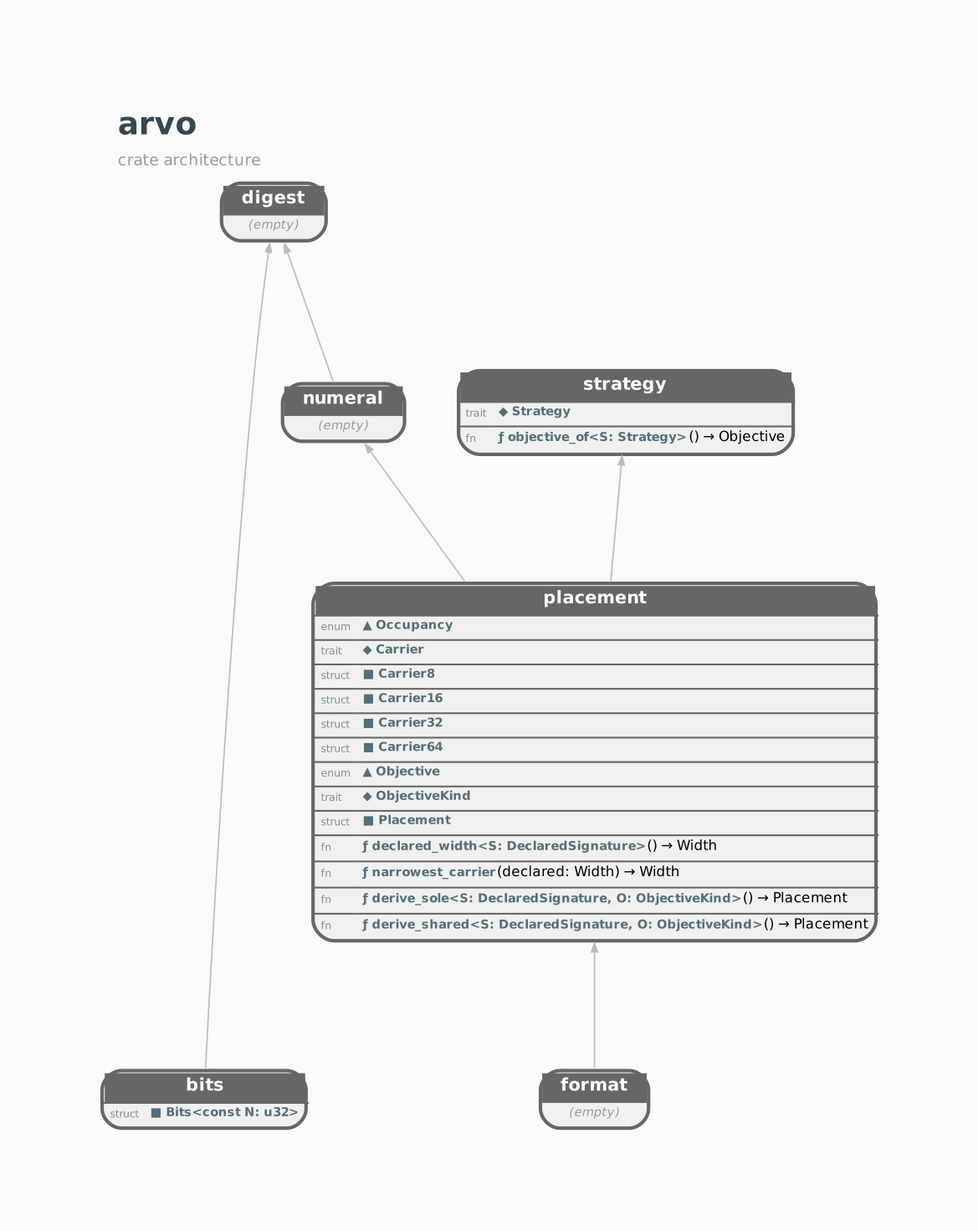
Above: docs/STRUCTURE.GRAPH.png in orgrinrt/arvo (Graphviz), before the change. Its source is kept beside it as docs/STRUCTURE.GRAPH.dot.
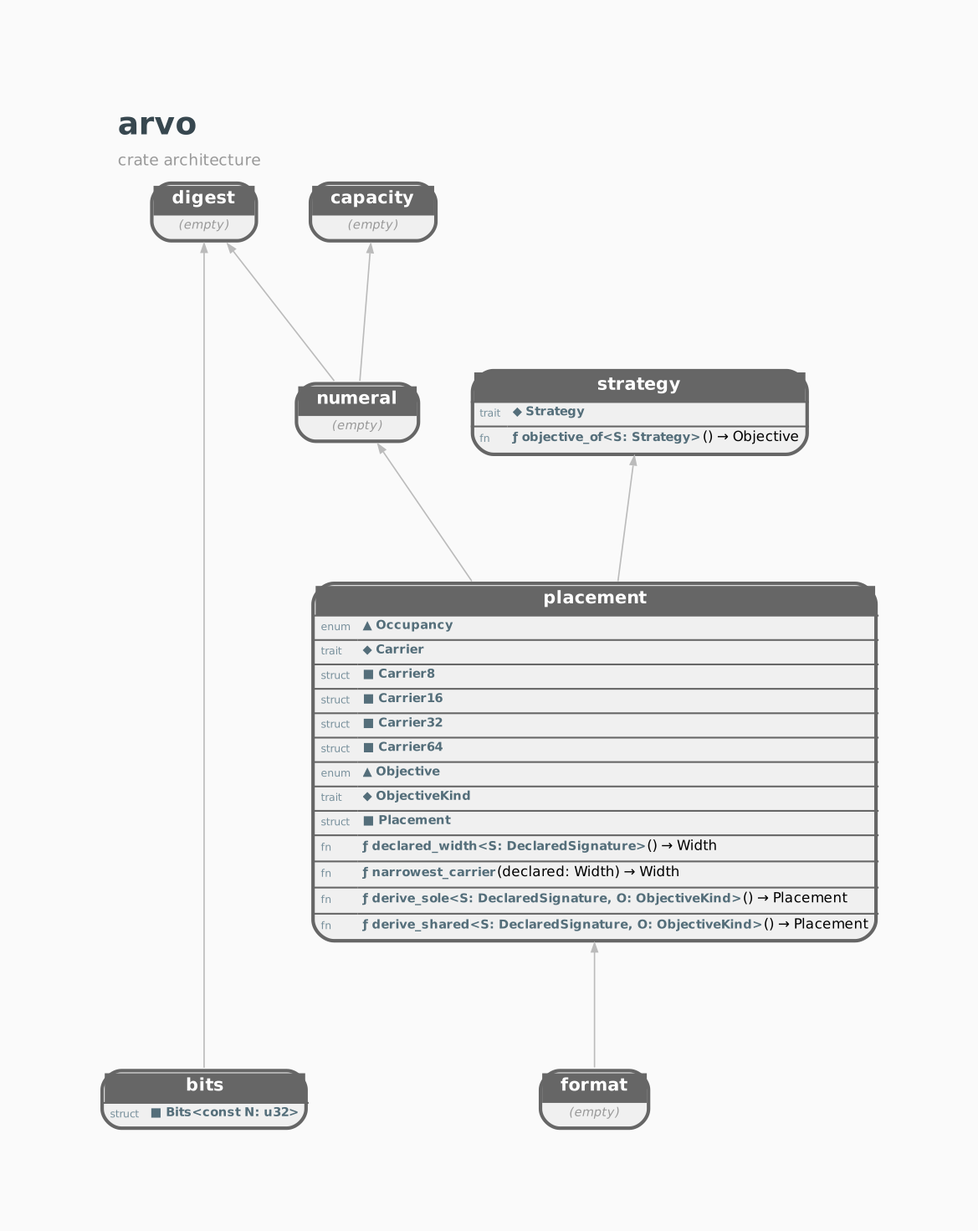
Above is the later version.

Commit message:
docs: regenerate the documents for `arvo-capacity`

Diff of the diagram source:
```diff
@@ -12,6 +12,7 @@
     label=<<TABLE BORDER="0" CELLBORDER="0" CELLSPACING="0"><TR><TD ALIGN="LEFT"><FONT POINT-SIZE="18" COLOR="#37474F"><B>arvo</B></FONT></TD></TR><TR><TD ALIGN="LEFT"><FONT POINT-SIZE="9" COLOR="#999999">crate architecture</FONT></TD></TR></TABLE>>;
 
     arvo_bits [shape=none, margin=0, label=<<TABLE BORDER="2" CELLBORDER="0" CELLSPACING="0" CELLPADDING="3" BGCOLOR="#F0F0F0" COLOR="#666666" STYLE="ROUNDED"><TR><TD COLSPAN="2" BGCOLOR="#666666" ALIGN="CENTER"><FONT COLOR="white" POINT-SIZE="10"><B>  bits  </B></FONT></TD></TR><HR/><TR><TD ALIGN="LEFT"><FONT COLOR="#78909C" POINT-SIZE="6">struct</FONT></TD><TD ALIGN="LEFT" PORT="p_Bits"><FONT COLOR="#546E7A" POINT-SIZE="7"><B>■ Bits&lt;const N: u32&gt;</B></FONT></TD></TR></TABLE>>];
+    arvo_capacity [shape=none, margin=0, label=<<TABLE BORDER="2" CELLBORDER="0" CELLSPACING="0" CELLPADDING="3" BGCOLOR="#F0F0F0" COLOR="#666666" STYLE="ROUNDED"><TR><TD COLSPAN="2" BGCOLOR="#666666" ALIGN="CENTER"><FONT COLOR="white" POINT-SIZE="10"><B>  capacity  </B></FONT></TD></TR><TR><TD COLSPAN="2"><FONT COLOR="#999999" POINT-SIZE="7"><I>(empty)</I></FONT></TD></TR></TABLE>>];
     arvo_digest [shape=none, margin=0, label=<<TABLE BORDER="2" CELLBORDER="0" CELLSPACING="0" CELLPADDING="3" BGCOLOR="#F0F0F0" COLOR="#666666" STYLE="ROUNDED"><TR><TD COLSPAN="2" BGCOLOR="#666666" ALIGN="CENTER"><FONT COLOR="white" POINT-SIZE="10"><B>  digest  </B></FONT></TD></TR><TR><TD COLSPAN="2"><FONT COLOR="#999999" POINT-SIZE="7"><I>(empty)</I></FONT></TD></TR></TABLE>>];
     arvo_format [shape=none, margin=0, label=<<TABLE BORDER="2" CELLBORDER="0" CELLSPACING="0" CELLPADDING="3" BGCOLOR="#F0F0F0" COLOR="#666666" STYLE="ROUNDED"><TR><TD COLSPAN="2" BGCOLOR="#666666" ALIGN="CENTER"><FONT COLOR="white" POINT-SIZE="10"><B>  format  </B></FONT></TD></TR><TR><TD COLSPAN="2"><FONT COLOR="#999999" POINT-SIZE="7"><I>(empty)</I></FONT></TD></TR></TABLE>>];
     arvo_numeral [shape=none, margin=0, label=<<TABLE BORDER="2" CELLBORDER="0" CELLSPACING="0" CELLPADDING="3" BGCOLOR="#F0F0F0" COLOR="#666666" STYLE="ROUNDED"><TR><TD COLSPAN="2" BGCOLOR="#666666" ALIGN="CENTER"><FONT COLOR="white" POINT-SIZE="10"><B>  numeral  </B></FONT></TD></TR><TR><TD COLSPAN="2"><FONT COLOR="#999999" POINT-SIZE="7"><I>(empty)</I></FONT></TD></TR></TABLE>>];
@@ -21,9 +22,10 @@
     { rank=same; arvo_bits; arvo_format; } // depth 0
     { rank=same; arvo_placement; } // depth 1
     { rank=same; arvo_numeral; arvo_strategy; } // depth 2
-    { rank=same; arvo_digest; } // depth 3
+    { rank=same; arvo_capacity; arvo_digest; } // depth 3
 
 
+    arvo_numeral -> arvo_capacity;
     arvo_numeral -> arvo_digest;
     arvo_bits -> arvo_digest;
     arvo_placement -> arvo_numeral;
```
